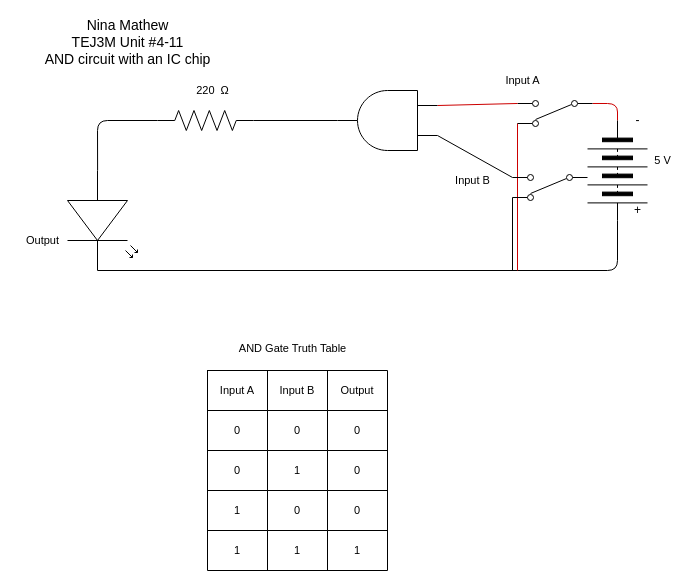
Above: Unit 4-11/TEJ3M#Unit-4-11.drawio in Nina-S-Mathew/TEJ3M-Unit-4 (draw.io), before the change. Source tidied: cells renumbered, new cells numbered last; positions are measured from the earlier drawing's top-left corner, leaving out a move shared by most shapes. Both pictures are drawn from the tidied source at 100%, with x=0, y=0 at pixel (17, 20).
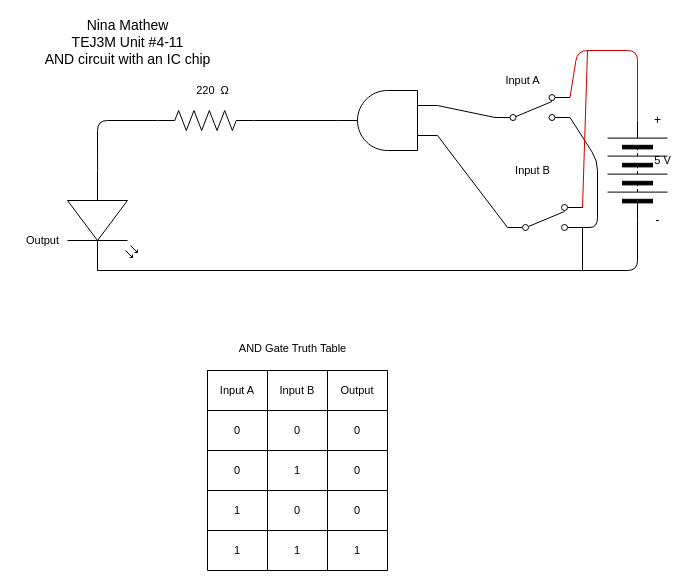
The same diagram, later.

Unchanged cells that the change refers to:
```xml
<mxCell id="7" style="verticalLabelPosition=bottom;shadow=0;dashed=0;align=center;html=1;verticalAlign=top;shape=mxgraph.electrical.opto_electronics.led_2;direction=south;flipV=0;flipH=0;" parent="1" vertex="1">
  <mxGeometry x="50" y="150" width="70" height="100" as="geometry" />
</mxCell>
<mxCell id="21" style="verticalLabelPosition=bottom;shadow=0;dashed=0;align=center;html=1;verticalAlign=top;shape=mxgraph.electrical.logic_gates.logic_gate;operation=and;fontFamily=Helvetica;fontSize=11;fontColor=default;direction=west;" parent="1" vertex="1">
  <mxGeometry x="320" y="70" width="100" height="60" as="geometry" />
</mxCell>
```

The edit, as a diff of the source:
```diff
@@
-    <mxCell id="2" style="edgeStyle=none;shape=connector;rounded=1;html=1;exitX=0;exitY=0.5;exitDx=0;exitDy=0;entryX=0;entryY=0.885;entryDx=0;entryDy=0;entryPerimeter=0;labelBackgroundColor=default;fontFamily=Helvetica;fontSize=11;fontColor=default;endArrow=none;endFill=0;strokeColor=#CC0000;" parent="1" edge="1" source="3" target="13">
-      <mxGeometry relative="1" as="geometry">
-        <Array as="points">
-          <mxPoint x="600" y="83" />
-        </Array>
-      </mxGeometry>
-    </mxCell>
-    <mxCell id="3" style="verticalLabelPosition=bottom;shadow=0;dashed=0;align=center;html=1;verticalAlign=top;shape=mxgraph.electrical.miscellaneous.batteryStack;direction=south;" parent="1" vertex="1">
-      <mxGeometry x="570" y="100" width="60" height="100" as="geometry" />
+    <mxCell id="3" style="verticalLabelPosition=bottom;shadow=0;dashed=0;align=center;html=1;verticalAlign=top;shape=mxgraph.electrical.miscellaneous.batteryStack;direction=north;" parent="1" vertex="1">
+      <mxGeometry x="590" y="100" width="60" height="100" as="geometry" />
     </mxCell>
@@
-    <mxCell id="6" style="edgeStyle=none;shape=connector;rounded=1;html=1;exitX=1;exitY=0.57;exitDx=0;exitDy=0;exitPerimeter=0;entryX=1;entryY=0.5;entryDx=0;entryDy=0;labelBackgroundColor=default;fontFamily=Helvetica;fontSize=11;fontColor=default;endArrow=none;endFill=0;strokeColor=default;" parent="1" edge="1" source="7" target="3">
+    <mxCell id="6" style="edgeStyle=none;shape=connector;rounded=1;html=1;exitX=1;exitY=0.57;exitDx=0;exitDy=0;exitPerimeter=0;entryX=0;entryY=0.5;entryDx=0;entryDy=0;labelBackgroundColor=default;fontFamily=Helvetica;fontSize=11;fontColor=default;endArrow=none;endFill=0;strokeColor=#000000;" parent="1" edge="1" source="7" target="3">
       <mxGeometry relative="1" as="geometry">
         <Array as="points">
-          <mxPoint x="600" y="250" />
+          <mxPoint x="620" y="250" />
         </Array>
       </mxGeometry>
     </mxCell>
@@
-    <mxCell id="12" style="edgeStyle=none;shape=connector;rounded=1;html=1;exitX=1;exitY=0.115;exitDx=0;exitDy=0;exitPerimeter=0;labelBackgroundColor=default;fontFamily=Helvetica;fontSize=11;fontColor=default;endArrow=none;endFill=0;strokeColor=#CC0000;" parent="1" edge="1" source="13">
-      <mxGeometry relative="1" as="geometry">
-        <mxPoint x="500" y="250" as="targetPoint" />
-      </mxGeometry>
-    </mxCell>
+    <mxCell id="46" style="edgeStyle=none;html=1;exitX=0;exitY=0.885;exitDx=0;exitDy=0;exitPerimeter=0;entryX=0;entryY=0.75;entryDx=0;entryDy=0;entryPerimeter=0;endArrow=none;endFill=0;" parent="1" edge="1" source="13" target="21">
+      <mxGeometry relative="1" as="geometry" />
+    </mxCell>
+    <mxCell id="47" style="edgeStyle=none;shape=connector;rounded=1;html=1;exitX=1;exitY=0.115;exitDx=0;exitDy=0;exitPerimeter=0;entryX=1;entryY=0.5;entryDx=0;entryDy=0;labelBackgroundColor=default;fontFamily=Helvetica;fontSize=11;fontColor=default;endArrow=none;endFill=0;strokeColor=#CC0000;" parent="1" edge="1" source="13" target="3">
+      <mxGeometry relative="1" as="geometry">
+        <Array as="points">
+          <mxPoint x="560" y="30" />
+          <mxPoint x="620" y="30" />
+        </Array>
+      </mxGeometry>
+    </mxCell>
+    <mxCell id="48" style="edgeStyle=none;shape=connector;rounded=1;html=1;exitX=1;exitY=0.885;exitDx=0;exitDy=0;exitPerimeter=0;entryX=1;entryY=0.885;entryDx=0;entryDy=0;entryPerimeter=0;labelBackgroundColor=default;fontFamily=Helvetica;fontSize=11;fontColor=default;endArrow=none;endFill=0;strokeColor=#000000;" parent="1" edge="1" source="13" target="23">
+      <mxGeometry relative="1" as="geometry">
+        <Array as="points">
+          <mxPoint x="580" y="140" />
+          <mxPoint x="580" y="207" />
+        </Array>
+      </mxGeometry>
+    </mxCell>
-    <mxCell id="13" style="verticalLabelPosition=bottom;shadow=0;dashed=0;align=center;html=1;verticalAlign=top;shape=mxgraph.electrical.electro-mechanical.2-way_switch;direction=west;" parent="1" vertex="1">
-      <mxGeometry x="500" y="80" width="75" height="26" as="geometry" />
+    <mxCell id="13" style="verticalLabelPosition=bottom;shadow=0;dashed=0;align=center;html=1;verticalAlign=top;shape=mxgraph.electrical.electro-mechanical.2-way_switch;direction=east;" parent="1" vertex="1">
+      <mxGeometry x="477.5" y="74" width="75" height="26" as="geometry" />
     </mxCell>
     <mxCell id="14" value="+" style="text;html=1;align=center;verticalAlign=middle;strokeColor=none;fillColor=none;" parent="1" vertex="1">
-      <mxGeometry x="610" y="180" width="20" height="20" as="geometry" />
+      <mxGeometry x="630" y="90" width="20" height="20" as="geometry" />
     </mxCell>
     <mxCell id="15" value="-" style="text;html=1;align=center;verticalAlign=middle;strokeColor=none;fillColor=none;" parent="1" vertex="1">
-      <mxGeometry x="610" y="90" width="20" height="20" as="geometry" />
+      <mxGeometry x="630" y="190" width="20" height="20" as="geometry" />
     </mxCell>
@@
-    <mxCell id="18" style="edgeStyle=none;shape=connector;rounded=1;html=1;exitX=0;exitY=0.75;exitDx=0;exitDy=0;exitPerimeter=0;entryX=1;entryY=0.885;entryDx=0;entryDy=0;entryPerimeter=0;labelBackgroundColor=default;fontFamily=Helvetica;fontSize=11;fontColor=default;endArrow=none;endFill=0;strokeColor=#CC0000;" parent="1" edge="1" source="21" target="13">
-      <mxGeometry relative="1" as="geometry" />
-    </mxCell>
-    <mxCell id="19" style="edgeStyle=none;shape=connector;rounded=1;html=1;exitX=0;exitY=0.25;exitDx=0;exitDy=0;exitPerimeter=0;entryX=1;entryY=0.885;entryDx=0;entryDy=0;entryPerimeter=0;labelBackgroundColor=default;fontFamily=Helvetica;fontSize=11;fontColor=default;endArrow=none;endFill=0;strokeColor=default;" parent="1" edge="1" source="21" target="23">
-      <mxGeometry relative="1" as="geometry" />
-    </mxCell>
@@
-    <mxCell id="22" style="edgeStyle=none;shape=connector;rounded=1;html=1;exitX=1;exitY=0.115;exitDx=0;exitDy=0;exitPerimeter=0;labelBackgroundColor=default;fontFamily=Helvetica;fontSize=11;fontColor=default;endArrow=none;endFill=0;strokeColor=default;" parent="1" edge="1" source="23">
-      <mxGeometry relative="1" as="geometry">
-        <mxPoint x="495" y="250" as="targetPoint" />
-      </mxGeometry>
-    </mxCell>
+    <mxCell id="49" style="edgeStyle=none;shape=connector;rounded=1;html=1;exitX=1;exitY=0.115;exitDx=0;exitDy=0;exitPerimeter=0;labelBackgroundColor=default;fontFamily=Helvetica;fontSize=11;fontColor=default;endArrow=none;endFill=0;strokeColor=#CC0000;" parent="1" edge="1" source="23">
+      <mxGeometry relative="1" as="geometry">
+        <mxPoint x="570" y="30" as="targetPoint" />
+      </mxGeometry>
+    </mxCell>
+    <mxCell id="50" style="edgeStyle=none;shape=connector;rounded=1;html=1;exitX=0;exitY=0.885;exitDx=0;exitDy=0;exitPerimeter=0;entryX=0;entryY=0.25;entryDx=0;entryDy=0;entryPerimeter=0;labelBackgroundColor=default;fontFamily=Helvetica;fontSize=11;fontColor=default;endArrow=none;endFill=0;strokeColor=#000000;" parent="1" edge="1" source="23" target="21">
+      <mxGeometry relative="1" as="geometry" />
+    </mxCell>
+    <mxCell id="51" style="edgeStyle=none;shape=connector;rounded=1;html=1;exitX=1;exitY=0.885;exitDx=0;exitDy=0;exitPerimeter=0;labelBackgroundColor=default;fontFamily=Helvetica;fontSize=11;fontColor=default;endArrow=none;endFill=0;strokeColor=#000000;" parent="1" edge="1" source="23">
+      <mxGeometry relative="1" as="geometry">
+        <mxPoint x="565" y="250" as="targetPoint" />
+      </mxGeometry>
+    </mxCell>
-    <mxCell id="23" style="verticalLabelPosition=bottom;shadow=0;dashed=0;align=center;html=1;verticalAlign=top;shape=mxgraph.electrical.electro-mechanical.2-way_switch;direction=west;" parent="1" vertex="1">
-      <mxGeometry x="495" y="154" width="75" height="26" as="geometry" />
+    <mxCell id="23" style="verticalLabelPosition=bottom;shadow=0;dashed=0;align=center;html=1;verticalAlign=top;shape=mxgraph.electrical.electro-mechanical.2-way_switch;direction=east;" parent="1" vertex="1">
+      <mxGeometry x="490" y="184" width="75" height="26" as="geometry" />
     </mxCell>
@@
     <mxCell id="45" value="Input B" style="text;html=1;align=center;verticalAlign=middle;strokeColor=none;fillColor=none;fontSize=11;fontFamily=Helvetica;fontColor=default;" parent="1" vertex="1">
-      <mxGeometry x="430" y="150" width="50" height="20" as="geometry" />
+      <mxGeometry x="490" y="140" width="50" height="20" as="geometry" />
     </mxCell>
```
